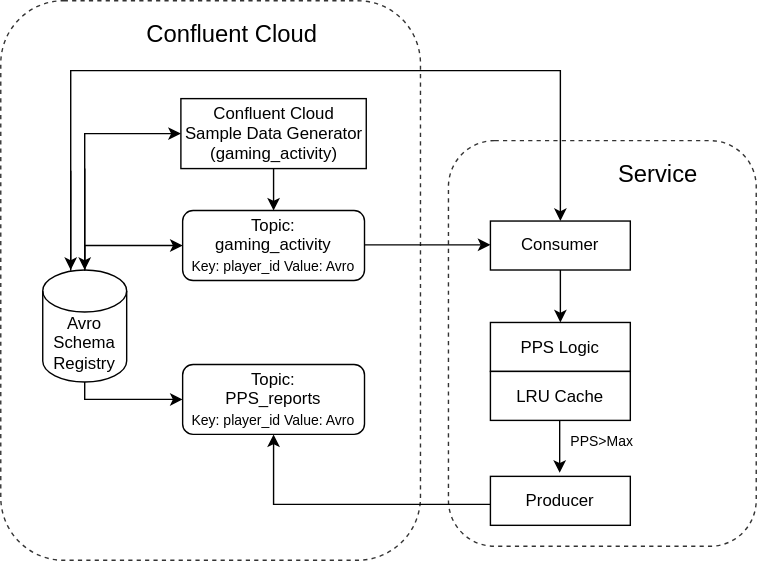
Before: docs/KafkaMicroservice.drawio.svg, a diagram exported from draw.io (filippyork/JavaConfluentKafkaMicroservice). Source tidied: cells renumbered, new cells last; positions are measured from the earlier drawing's top-left corner, leaving out a move shared by most shapes.
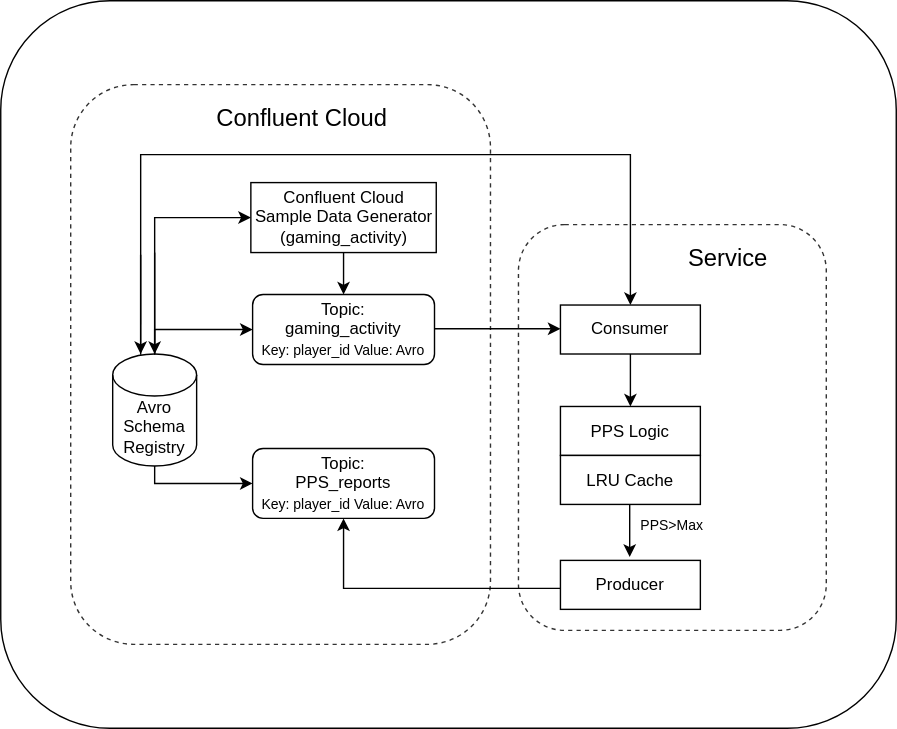
After the commit.

Change to the diagram source:
```diff
@@ -2,6 +2,9 @@
   <root>
     <mxCell id="0" />
     <mxCell id="1" parent="0" />
+    <mxCell id="26" style="rounded=1;whiteSpace=wrap;html=1;" parent="1" vertex="1">
+      <mxGeometry x="-50" y="-60" width="640" height="520" as="geometry" />
+    </mxCell>
     <mxCell id="2" value="&lt;div&gt;Topic:&lt;/div&gt;gaming_activity&lt;div&gt;&lt;font style=&quot;font-size: 10px;&quot;&gt;Key: player_id Value: Avro&lt;/font&gt;&lt;/div&gt;" style="rounded=1;whiteSpace=wrap;html=1;" parent="1" vertex="1">
       <mxGeometry x="130" y="150" width="130" height="50" as="geometry" />
     </mxCell>
```
